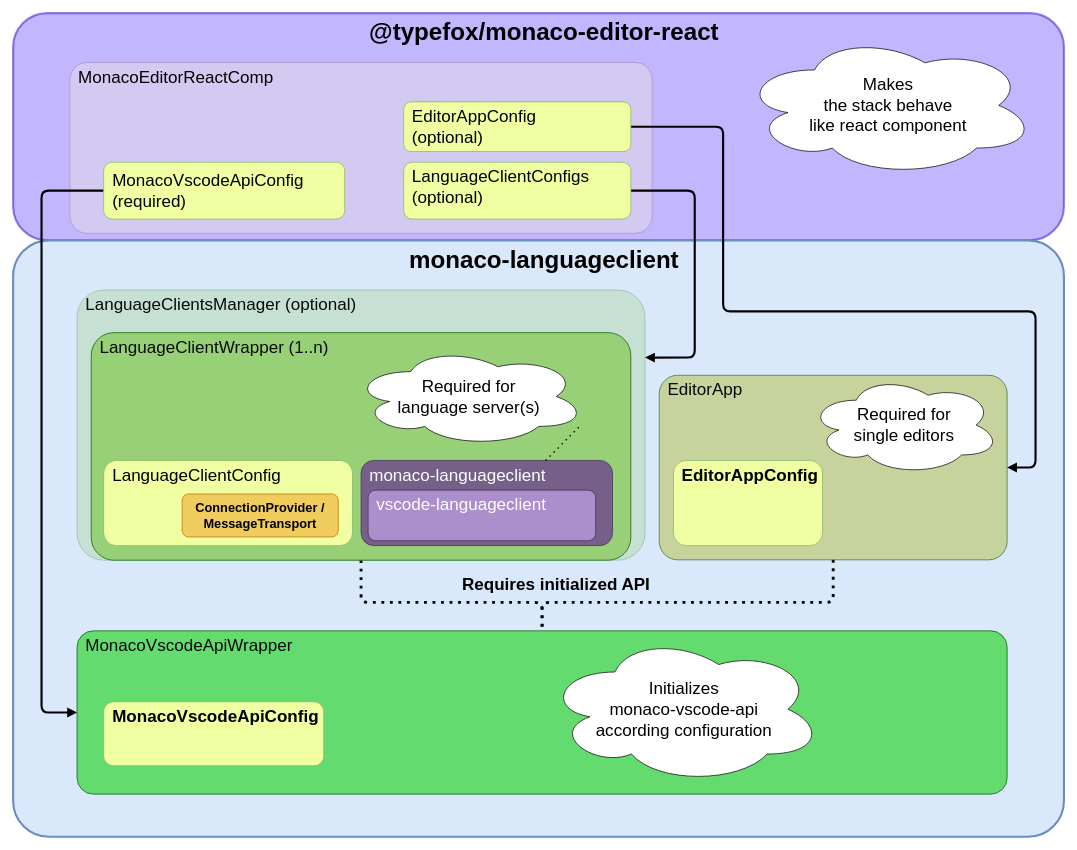
Earlier version of the draw.io diagram docs/diagrams/mlc-details.drawio (TypeFox/monaco-languageclient). Source tidied: cells renumbered, new cells numbered last; positions are measured from the earlier drawing's top-left corner, leaving out a move shared by most shapes. Both pictures are drawn from the tidied source at 71%, with x=0, y=0 at pixel (13, 13).
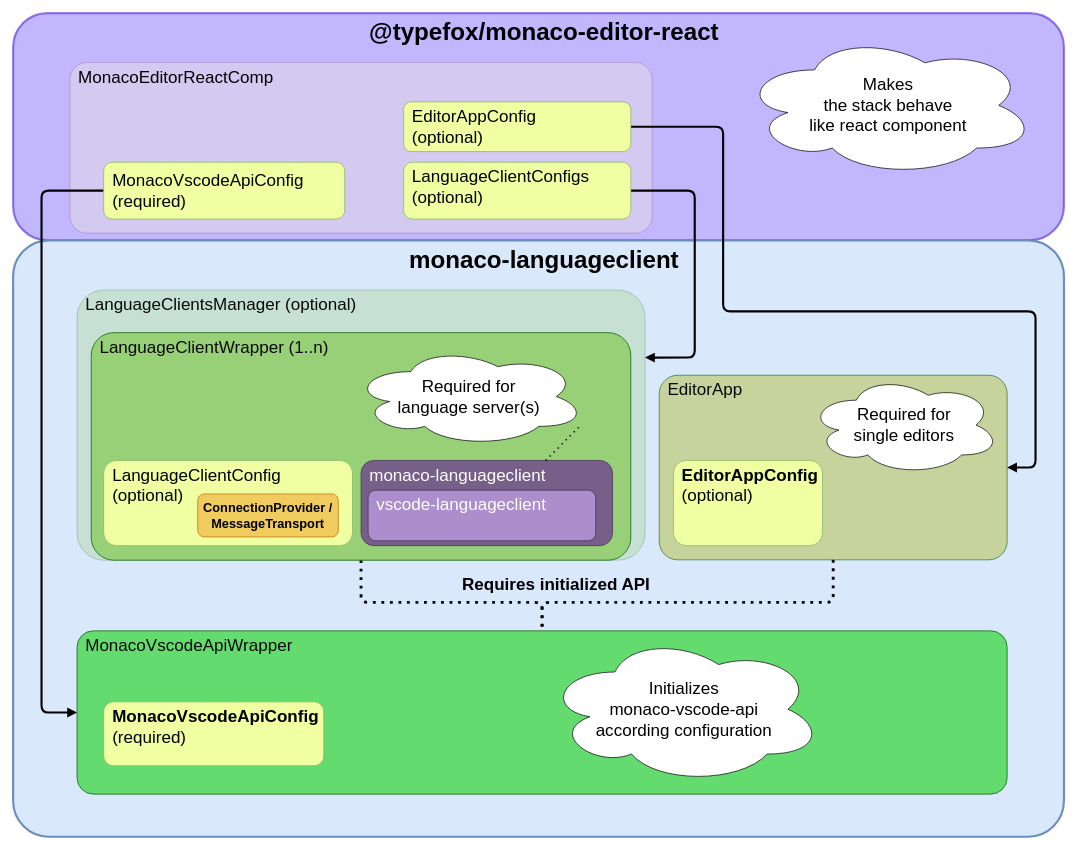
The same page after the edit.

Diff of the diagram source:
```diff
@@
-    <mxCell id="10" value="&lt;font&gt;&lt;b&gt;MonacoVscodeApiConfig&lt;/b&gt;&lt;/font&gt;" style="rounded=1;whiteSpace=wrap;html=1;fillColor=#EFFFA1;strokeColor=#82b366;fontSize=24;verticalAlign=top;align=left;spacingLeft=10;" parent="1" vertex="1">
+    <mxCell id="10" value="&lt;font&gt;&lt;b&gt;MonacoVscodeApiConfig&lt;/b&gt;&lt;/font&gt;&lt;div&gt;&lt;font&gt;(required)&lt;b&gt;&lt;/b&gt;&lt;/font&gt;&lt;/div&gt;" style="rounded=1;whiteSpace=wrap;html=1;fillColor=#EFFFA1;strokeColor=#82b366;fontSize=24;verticalAlign=top;align=left;spacingLeft=10;" parent="1" vertex="1">
       <mxGeometry x="127.5" y="970" width="310" height="90" as="geometry" />
     </mxCell>
@@
-    <mxCell id="15" value="&lt;b&gt;EditorAppConfig&lt;/b&gt;" style="rounded=1;whiteSpace=wrap;html=1;fillColor=#EFFFA1;strokeColor=#82b366;fontSize=24;align=left;verticalAlign=top;spacingLeft=10;" parent="1" vertex="1">
+    <mxCell id="15" value="&lt;b&gt;EditorAppConfig&lt;/b&gt;&lt;div&gt;(optional)&lt;b&gt;&lt;/b&gt;&lt;/div&gt;" style="rounded=1;whiteSpace=wrap;html=1;fillColor=#EFFFA1;strokeColor=#82b366;fontSize=24;align=left;verticalAlign=top;spacingLeft=10;" parent="1" vertex="1">
       <mxGeometry x="930" y="630" width="210" height="120" as="geometry" />
     </mxCell>
@@
-    <mxCell id="24" value="&lt;font&gt;LanguageClientConfig&lt;/font&gt;" style="rounded=1;whiteSpace=wrap;html=1;fillColor=#EFFFA1;strokeColor=#82b366;fontSize=24;align=left;verticalAlign=top;spacingLeft=10;" parent="1" vertex="1">
+    <mxCell id="24" value="&lt;font&gt;LanguageClientConfig&lt;/font&gt;&lt;div&gt;&lt;font&gt;(optional)&lt;/font&gt;&lt;/div&gt;" style="rounded=1;whiteSpace=wrap;html=1;fillColor=#EFFFA1;strokeColor=#82b366;fontSize=24;align=left;verticalAlign=top;spacingLeft=10;" parent="1" vertex="1">
       <mxGeometry x="127.5" y="630" width="350.5" height="120" as="geometry" />
     </mxCell>
     <mxCell id="25" value="&lt;div style=&quot;color: rgb(0, 0, 0); font-size: 18px;&quot;&gt;&lt;b&gt;Connection&lt;span style=&quot;background-color: initial;&quot;&gt;Provider&amp;nbsp;&lt;/span&gt;&lt;span style=&quot;background-color: transparent;&quot;&gt;/&lt;/span&gt;&lt;/b&gt;&lt;/div&gt;&lt;div style=&quot;color: rgb(0, 0, 0); font-size: 18px;&quot;&gt;&lt;b&gt;&lt;span style=&quot;background-color: transparent;&quot;&gt;Message&lt;/span&gt;&lt;span style=&quot;background-color: initial;&quot;&gt;Transport&lt;/span&gt;&lt;/b&gt;&lt;/div&gt;" style="rounded=1;whiteSpace=wrap;html=1;fillColor=#F0CB5D;fontColor=#000000;strokeColor=#BD7000;fontSize=18;" parent="1" vertex="1">
-      <mxGeometry x="238" y="677.2" width="220" height="60.6" as="geometry" />
+      <mxGeometry x="260" y="677.2" width="198" height="60.6" as="geometry" />
     </mxCell>
```
